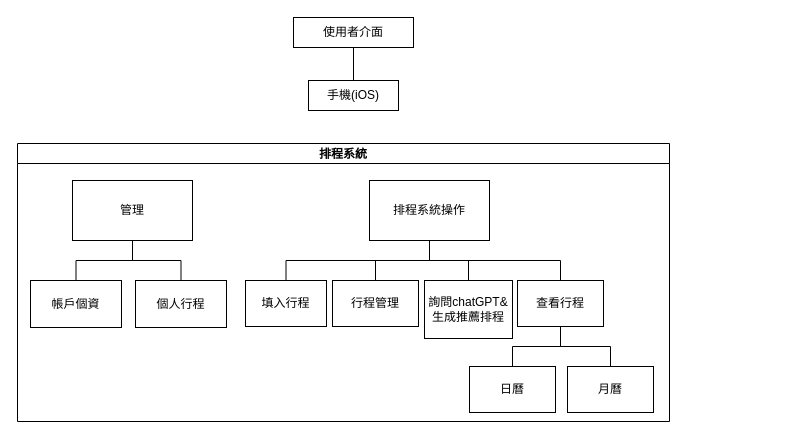
Kevincheng0804/Graduation-Topic keeps this draw.io diagram as 系統架構.drawio. Above is the earlier version. Source tidied: cells renumbered, new cells numbered last; positions are measured from the earlier drawing's top-left corner, leaving out a move shared by most shapes. Both pictures are drawn from the tidied source at 100%, with x=0, y=0 at pixel (17, 17).
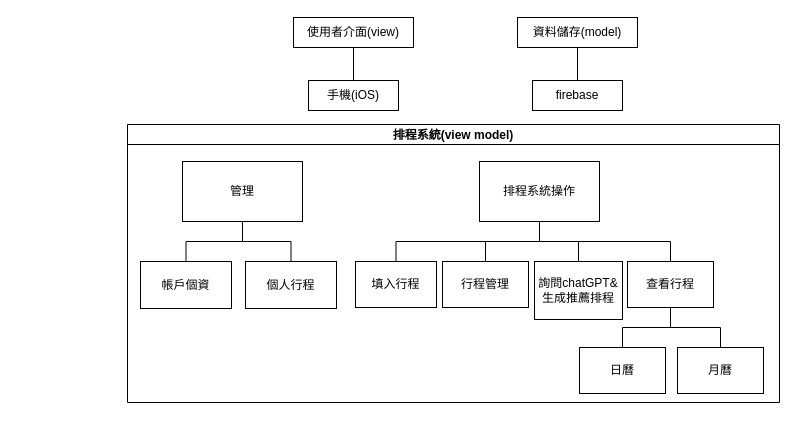
The same diagram, later.

Commit message:
更新系統架構.drawio

What changed in the source:
```diff
@@
-    <mxCell id="2" value="使用者介面" style="rounded=0;whiteSpace=wrap;html=1;" parent="1" vertex="1">
+    <mxCell id="2" value="使用者介面(view)" style="rounded=0;whiteSpace=wrap;html=1;" parent="1" vertex="1">
       <mxGeometry x="276" width="120" height="30" as="geometry" />
     </mxCell>
@@
-    <mxCell id="5" value="排程系統" style="swimlane;startSize=20;horizontal=1;containerType=tree;newEdgeStyle={&quot;edgeStyle&quot;:&quot;elbowEdgeStyle&quot;,&quot;startArrow&quot;:&quot;none&quot;,&quot;endArrow&quot;:&quot;none&quot;};" parent="1" vertex="1">
-      <mxGeometry y="126" width="652" height="278" as="geometry" />
+    <mxCell id="5" value="排程系統(view model)" style="swimlane;startSize=20;horizontal=1;containerType=tree;newEdgeStyle={&quot;edgeStyle&quot;:&quot;elbowEdgeStyle&quot;,&quot;startArrow&quot;:&quot;none&quot;,&quot;endArrow&quot;:&quot;none&quot;};" parent="1" vertex="1">
+      <mxGeometry x="110" y="107" width="652" height="278" as="geometry" />
     </mxCell>
@@
+    <mxCell id="24" value="資料儲存(model)" style="rounded=0;whiteSpace=wrap;html=1;" parent="1" vertex="1">
+      <mxGeometry x="500" width="120" height="30" as="geometry" />
+    </mxCell>
+    <mxCell id="25" style="endArrow=none;html=1;rounded=0;entryX=0.5;entryY=1;entryDx=0;entryDy=0;exitX=0.5;exitY=0;exitDx=0;exitDy=0;" parent="1" edge="1" source="26" target="24">
+      <mxGeometry relative="1" as="geometry" />
+    </mxCell>
+    <mxCell id="26" value="firebase" style="rounded=0;whiteSpace=wrap;html=1;" parent="1" vertex="1">
+      <mxGeometry x="515" y="63" width="90" height="30" as="geometry" />
+    </mxCell>
```
